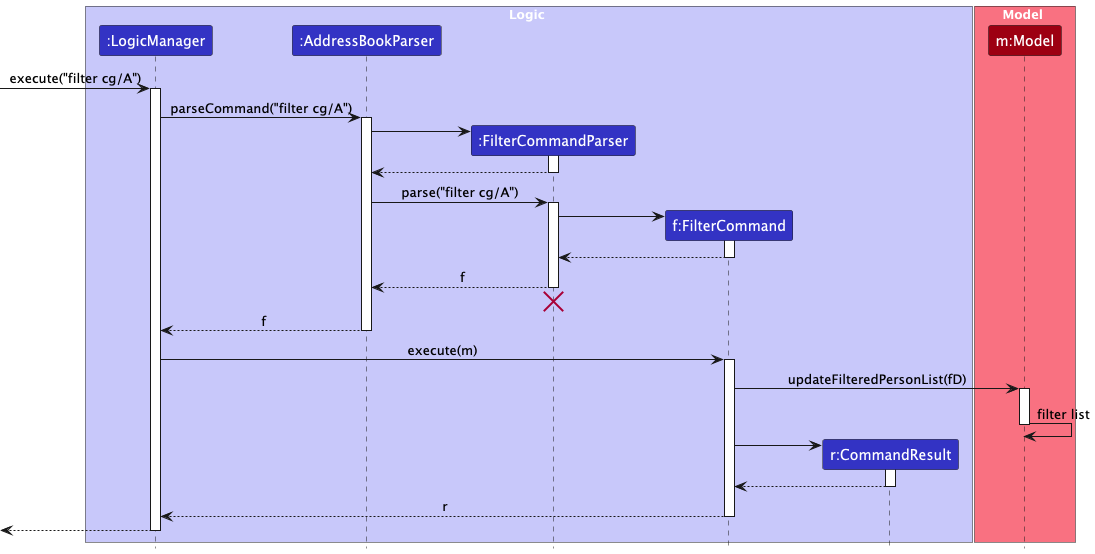
boinkkitty/tp keeps this PlantUML diagram as docs/images/FilterSequenceDiagram.png. Above is the earlier version.
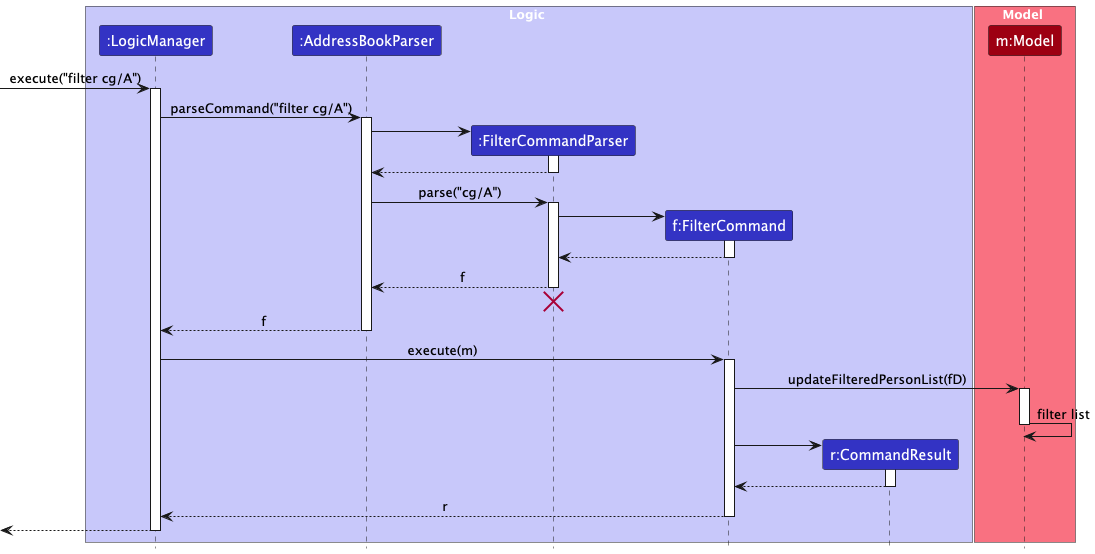
The same diagram one commit later.

Change to the diagram source:
```diff
@@ -27,7 +27,7 @@
 FilterCommandParser --> AddressBookParser
 deactivate FilterCommandParser
 
-AddressBookParser -> FilterCommandParser : parse("filter cg/A")
+AddressBookParser -> FilterCommandParser : parse("cg/A")
 activate FilterCommandParser
 
 create FilterCommand
```
